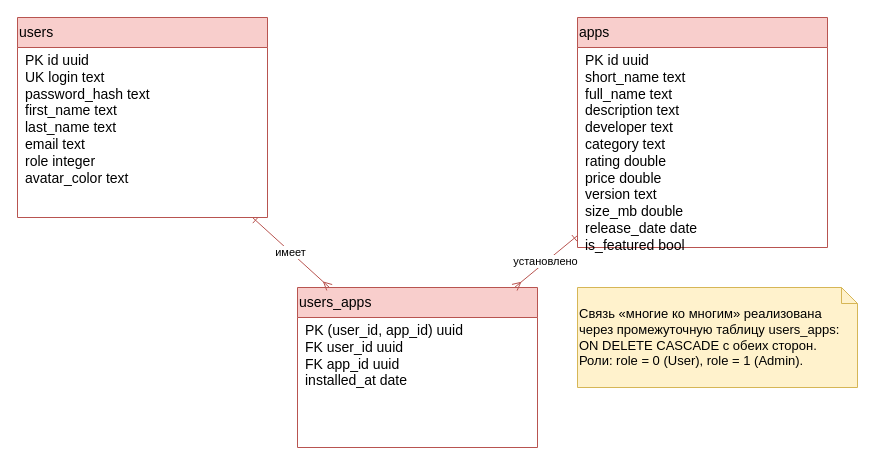
The draw.io diagram docs/UML/erd.drawio in martim-x/AppStore, before the edit. Source tidied: cells renumbered, new cells numbered last; positions are measured from the earlier drawing's top-left corner, leaving out a move shared by most shapes. Both pictures are drawn from the tidied source at 100%, with x=0, y=0 at pixel (17, 17).
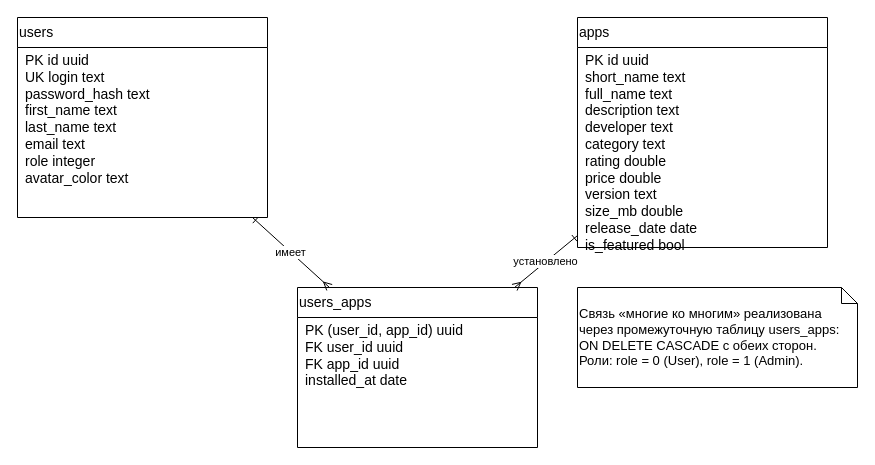
After the change.

Diff of the diagram source:
```diff
@@
 <mxGraphModel>
   <root>
     <mxCell id="0" />
     <mxCell id="1" parent="0" />
-    <mxCell id="2" value="users" style="shape=swimlane;html=1;startSize=30;horizontal=1;whiteSpace=wrap;fillColor=#f8cecc;strokeColor=#b85450;fontSize=14;align=left;" parent="1" vertex="1">
+    <mxCell id="2" value="users" style="shape=swimlane;html=1;startSize=30;horizontal=1;whiteSpace=wrap;fillColor=none;strokeColor=#000000;fontSize=14;align=left;" parent="1" vertex="1">
       <mxGeometry width="250" height="200" as="geometry" />
     </mxCell>
     <mxCell id="3" value="PK id uuid&#10;UK login text&#10;  password_hash text&#10;  first_name text&#10;  last_name text&#10;  email text&#10;  role integer&#10;  avatar_color text" style="text;html=1;align=left;verticalAlign=top;spacingLeft=6;spacingTop=2;fontSize=14;whiteSpace=wrap;" parent="2" vertex="1">
       <mxGeometry y="26" width="250" height="174" as="geometry" />
     </mxCell>
-    <mxCell id="4" value="apps" style="shape=swimlane;html=1;startSize=30;horizontal=1;whiteSpace=wrap;fillColor=#f8cecc;strokeColor=#b85450;fontSize=14;align=left;" parent="1" vertex="1">
+    <mxCell id="4" value="apps" style="shape=swimlane;html=1;startSize=30;horizontal=1;whiteSpace=wrap;fillColor=none;strokeColor=#000000;fontSize=14;align=left;" parent="1" vertex="1">
       <mxGeometry x="560" width="250" height="230" as="geometry" />
     </mxCell>
     <mxCell id="5" value="PK id uuid&#10;  short_name text&#10;  full_name text&#10;  description text&#10;  developer text&#10;  category text&#10;  rating double&#10;  price double&#10;  version text&#10;  size_mb double&#10;  release_date date&#10;  is_featured bool" style="text;html=1;align=left;verticalAlign=top;spacingLeft=6;spacingTop=2;fontSize=14;whiteSpace=wrap;" parent="4" vertex="1">
       <mxGeometry y="26" width="250" height="204" as="geometry" />
     </mxCell>
-    <mxCell id="6" value="users_apps" style="shape=swimlane;html=1;startSize=30;horizontal=1;whiteSpace=wrap;fillColor=#f8cecc;strokeColor=#b85450;fontSize=14;align=left;" parent="1" vertex="1">
+    <mxCell id="6" value="users_apps" style="shape=swimlane;html=1;startSize=30;horizontal=1;whiteSpace=wrap;fillColor=none;strokeColor=#000000;fontSize=14;align=left;" parent="1" vertex="1">
       <mxGeometry x="280" y="270" width="240" height="160" as="geometry" />
     </mxCell>
     <mxCell id="7" value="PK (user_id, app_id) uuid&#10;FK user_id uuid&#10;FK app_id uuid&#10;  installed_at date" style="text;html=1;align=left;verticalAlign=top;spacingLeft=6;spacingTop=2;fontSize=14;whiteSpace=wrap;" parent="6" vertex="1">
       <mxGeometry y="26" width="240" height="134" as="geometry" />
     </mxCell>
-    <mxCell id="8" value="имеет" style="endArrow=ERmany;startArrow=ERone;html=1;endFill=0;startFill=0;strokeColor=#b85450;" parent="1" edge="1" source="2" target="6">
+    <mxCell id="8" value="имеет" style="endArrow=ERmany;startArrow=ERone;html=1;endFill=0;startFill=0;strokeColor=#000000;" parent="1" edge="1" source="2" target="6">
       <mxGeometry relative="1" as="geometry" />
     </mxCell>
-    <mxCell id="9" value="установлено" style="endArrow=ERmany;startArrow=ERone;html=1;endFill=0;startFill=0;strokeColor=#b85450;" parent="1" edge="1" source="4" target="6">
+    <mxCell id="9" value="установлено" style="endArrow=ERmany;startArrow=ERone;html=1;endFill=0;startFill=0;strokeColor=#000000;" parent="1" edge="1" source="4" target="6">
       <mxGeometry relative="1" as="geometry" />
     </mxCell>
-    <mxCell id="10" value="Связь «многие ко многим» реализована через промежуточную таблицу users_apps: ON DELETE CASCADE с обеих сторон.&#10;Роли: role = 0 (User), role = 1 (Admin)." style="shape=note;whiteSpace=wrap;html=1;size=16;fillColor=#fff2cc;strokeColor=#d6b656;fontSize=13;align=left;" parent="1" vertex="1">
+    <mxCell id="10" value="Связь «многие ко многим» реализована через промежуточную таблицу users_apps: ON DELETE CASCADE с обеих сторон.&#10;Роли: role = 0 (User), role = 1 (Admin)." style="shape=note;whiteSpace=wrap;html=1;size=16;fillColor=none;strokeColor=#000000;fontSize=13;align=left;" parent="1" vertex="1">
       <mxGeometry x="560" y="270" width="280" height="100" as="geometry" />
     </mxCell>
   </root>
 </mxGraphModel>
```
